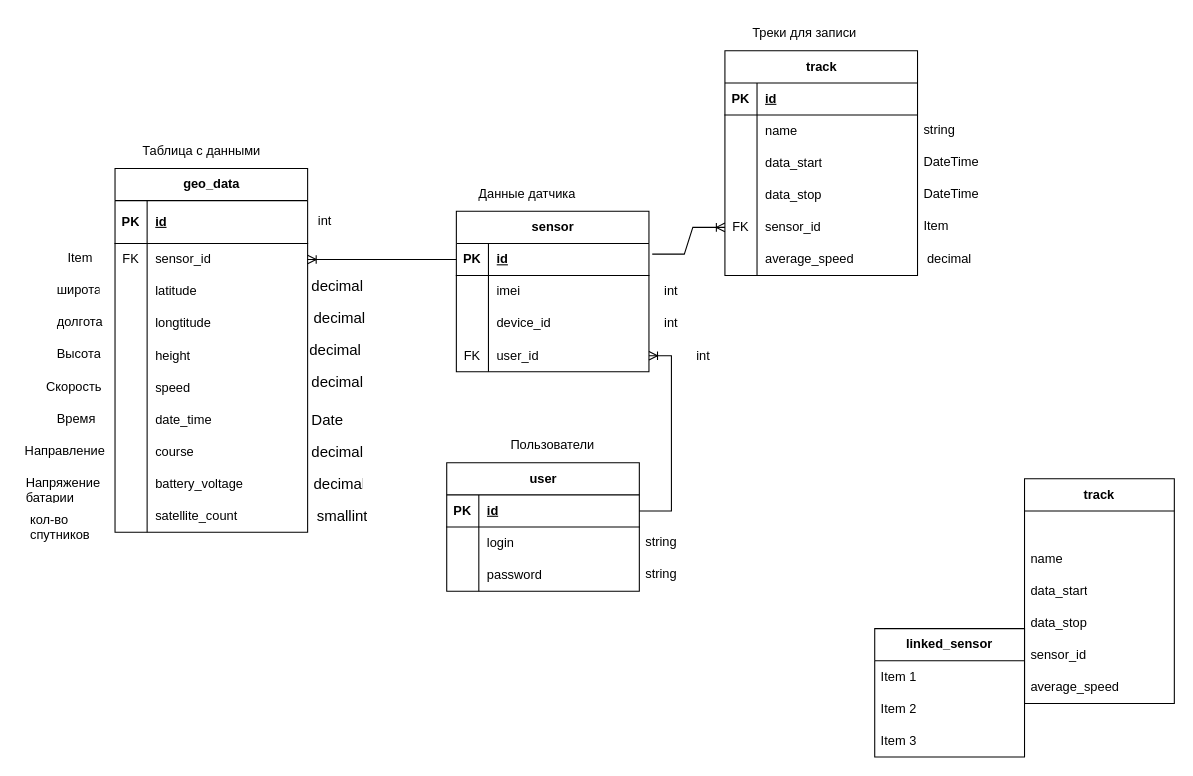
The draw.io diagram dsadasd.drawio in emfermenty/university.cpp, before the edit. Source tidied: cells renumbered, new cells numbered last; positions are measured from the earlier drawing's top-left corner, leaving out a move shared by most shapes. Both pictures are drawn from the tidied source at 107%, with x=0, y=0 at pixel (18, 18).
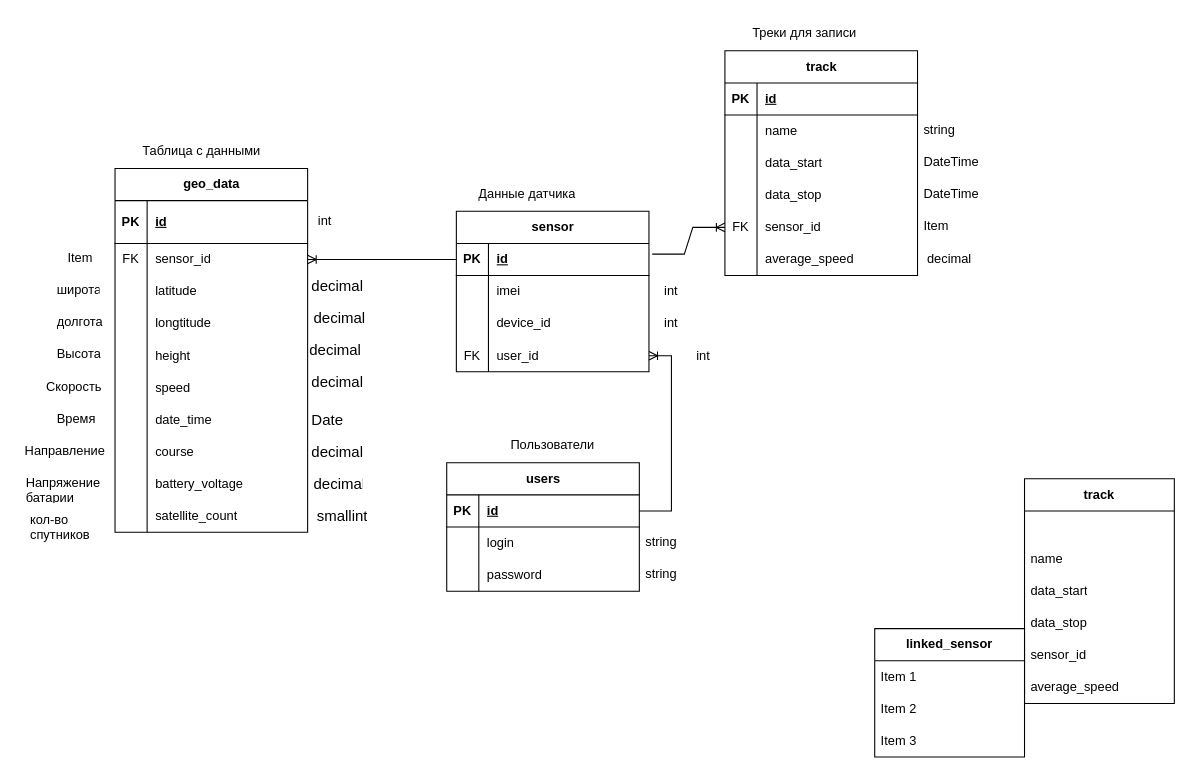
Above is the later version.

The edit, as a diff of the source:
```diff
@@
-    <mxCell id="46" value="user" style="shape=table;startSize=30;childLayout=tableLayout;rowLines=0;fontStyle=1;align=center;html=1;" parent="1" vertex="1">
+    <mxCell id="46" value="users" style="shape=table;startSize=30;childLayout=tableLayout;rowLines=0;fontStyle=1;align=center;html=1;" parent="1" vertex="1">
       <mxGeometry x="400" y="415" width="180" height="120" as="geometry" />
     </mxCell>
```
